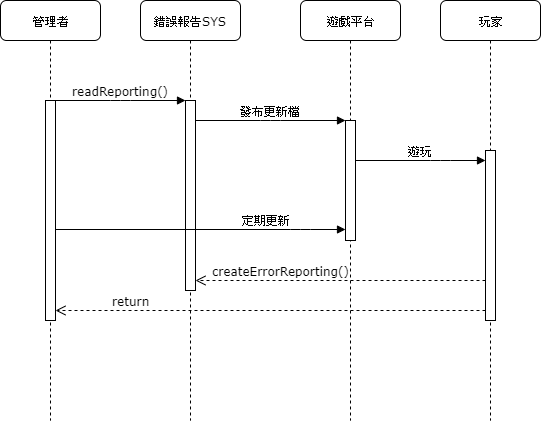
Earlier version of the draw.io export 後台維護系統循序圖.png (0624036/0624036_OO). Source tidied: cells renumbered, new cells last; positions are measured from the earlier drawing's top-left corner, leaving out a move shared by most shapes.
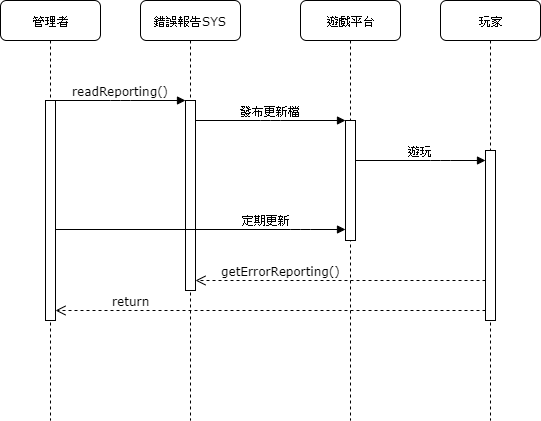
After the change.

Commit message:
Added 後台維護系統循序圖.png

What changed in the source:
```diff
@@ -60,7 +60,7 @@
     <mxCell id="14" value="發布更新檔" style="html=1;verticalAlign=bottom;endArrow=block;entryX=0;entryY=0;labelBackgroundColor=none;fontFamily=Verdana;fontSize=12;edgeStyle=elbowEdgeStyle;elbow=vertical;" parent="1" edge="1" source="3" target="5">
       <mxGeometry relative="1" as="geometry" />
     </mxCell>
-    <mxCell id="15" value="createErrorReporting()" style="html=1;verticalAlign=bottom;endArrow=open;dashed=1;endSize=8;labelBackgroundColor=none;fontFamily=Verdana;fontSize=12;edgeStyle=elbowEdgeStyle;elbow=vertical;" parent="1" edge="1" source="9" target="3">
+    <mxCell id="15" value="getErrorReporting()" style="html=1;verticalAlign=bottom;endArrow=open;dashed=1;endSize=8;labelBackgroundColor=none;fontFamily=Verdana;fontSize=12;edgeStyle=elbowEdgeStyle;elbow=vertical;" parent="1" edge="1" source="9" target="3">
       <mxGeometry x="0.41" relative="1" as="geometry">
         <Array as="points">
           <mxPoint x="400" y="280" />
```
